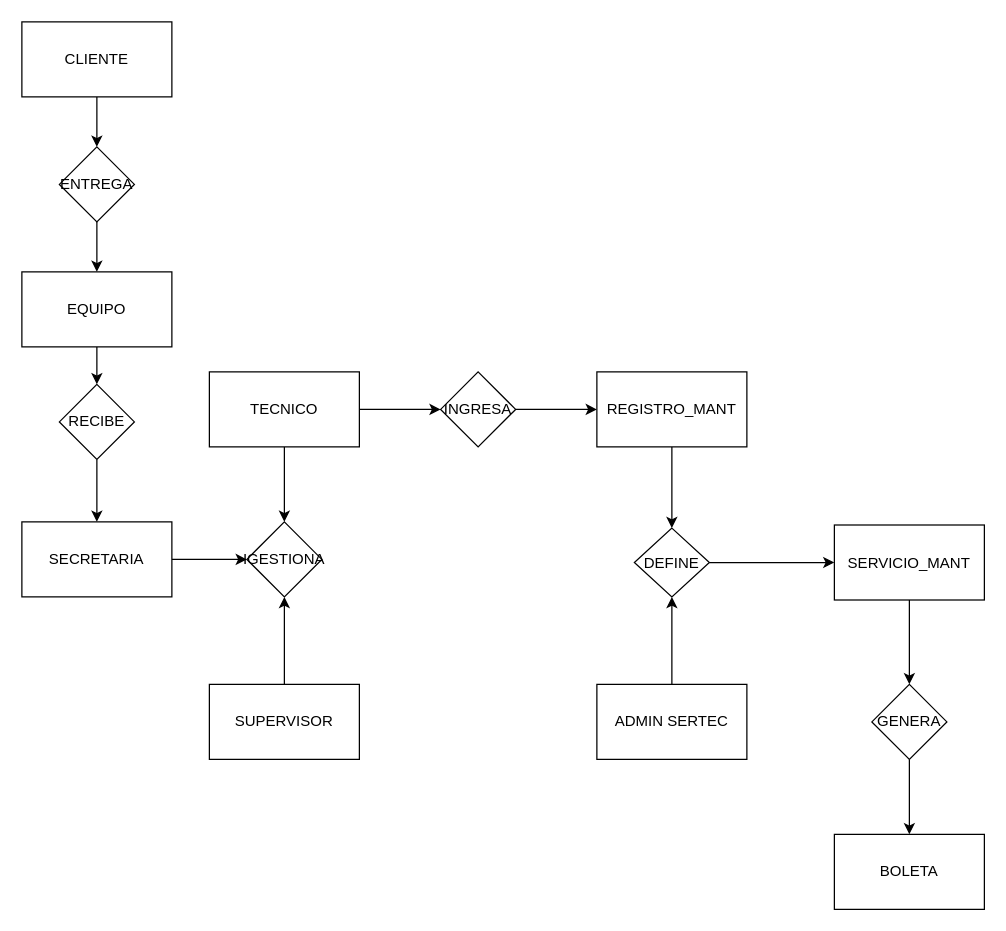
Above: EV4.drawio in cmdazh/BDX00 (draw.io), before the change. Source tidied: cells renumbered, new cells numbered last; positions are measured from the earlier drawing's top-left corner, leaving out a move shared by most shapes. Both pictures are drawn from the tidied source at 125%, with x=0, y=0 at pixel (21, 21).
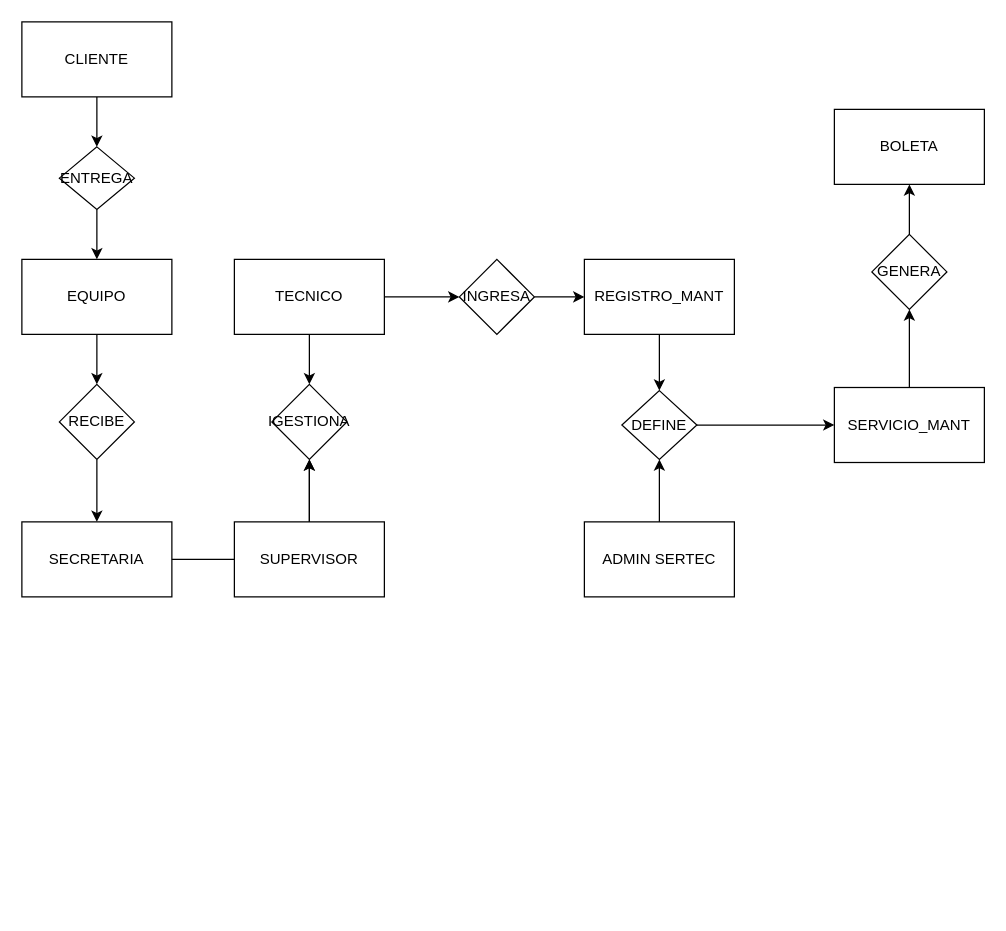
Above is the later version.

Unchanged cells that the change refers to:
```xml
<mxCell id="7" value="SECRETARIA" style="rounded=0;whiteSpace=wrap;html=1;" parent="1" vertex="1">
  <mxGeometry y="400" width="120" height="60" as="geometry" />
</mxCell>
```

Diff of the diagram source:
```diff
@@
     <mxCell id="5" value="EQUIPO" style="rounded=0;whiteSpace=wrap;html=1;" parent="1" vertex="1">
-      <mxGeometry y="200" width="120" height="60" as="geometry" />
+      <mxGeometry y="190" width="120" height="60" as="geometry" />
     </mxCell>
-    <mxCell id="6" style="edgeStyle=orthogonalEdgeStyle;rounded=0;jettySize=auto;html=1;" parent="1" edge="1" source="7" target="24">
+    <mxCell id="6" style="edgeStyle=orthogonalEdgeStyle;rounded=0;jettySize=auto;html=1;startArrow=none;" parent="1" edge="1" source="12" target="24">
       <mxGeometry relative="1" as="geometry" />
     </mxCell>
@@
     <mxCell id="10" value="TECNICO" style="rounded=0;whiteSpace=wrap;html=1;" parent="1" vertex="1">
-      <mxGeometry x="150" y="280" width="120" height="60" as="geometry" />
+      <mxGeometry x="170" y="190" width="120" height="60" as="geometry" />
     </mxCell>
@@
-    <mxCell id="12" value="SUPERVISOR" style="rounded=0;whiteSpace=wrap;html=1;" parent="1" vertex="1">
-      <mxGeometry x="150" y="530" width="120" height="60" as="geometry" />
-    </mxCell>
     <mxCell id="13" value="BOLETA" style="rounded=0;whiteSpace=wrap;html=1;" parent="1" vertex="1">
-      <mxGeometry x="650" y="650" width="120" height="60" as="geometry" />
+      <mxGeometry x="650" y="70" width="120" height="60" as="geometry" />
     </mxCell>
@@
     <mxCell id="15" value="SERVICIO_MANT" style="rounded=0;whiteSpace=wrap;html=1;" parent="1" vertex="1">
-      <mxGeometry x="650" y="402.5" width="120" height="60" as="geometry" />
+      <mxGeometry x="650" y="292.5" width="120" height="60" as="geometry" />
     </mxCell>
@@
     <mxCell id="17" value="REGISTRO_MANT" style="rounded=0;whiteSpace=wrap;html=1;" parent="1" vertex="1">
-      <mxGeometry x="460" y="280" width="120" height="60" as="geometry" />
+      <mxGeometry x="450" y="190" width="120" height="60" as="geometry" />
     </mxCell>
@@
     <mxCell id="19" value="ENTREGA" style="rhombus;whiteSpace=wrap;html=1;" parent="1" vertex="1">
-      <mxGeometry x="30" y="100" width="60" height="60" as="geometry" />
+      <mxGeometry x="30" y="100" width="60" height="50" as="geometry" />
     </mxCell>
@@
     <mxCell id="23" value="ADMIN SERTEC" style="rounded=0;whiteSpace=wrap;html=1;" parent="1" vertex="1">
-      <mxGeometry x="460" y="530" width="120" height="60" as="geometry" />
+      <mxGeometry x="450" y="400" width="120" height="60" as="geometry" />
     </mxCell>
     <mxCell id="24" value="IGESTIONA" style="rhombus;whiteSpace=wrap;html=1;" parent="1" vertex="1">
-      <mxGeometry x="180" y="400" width="60" height="60" as="geometry" />
+      <mxGeometry x="200" y="290" width="60" height="60" as="geometry" />
     </mxCell>
@@
     <mxCell id="26" value="DEFINE" style="rhombus;whiteSpace=wrap;html=1;" parent="1" vertex="1">
-      <mxGeometry x="490" y="405" width="60" height="55" as="geometry" />
+      <mxGeometry x="480" y="295" width="60" height="55" as="geometry" />
     </mxCell>
@@
     <mxCell id="28" value="INGRESA" style="rhombus;whiteSpace=wrap;html=1;" parent="1" vertex="1">
-      <mxGeometry x="335" y="280" width="60" height="60" as="geometry" />
+      <mxGeometry x="350" y="190" width="60" height="60" as="geometry" />
     </mxCell>
@@
     <mxCell id="30" value="GENERA" style="rhombus;whiteSpace=wrap;html=1;" parent="1" vertex="1">
-      <mxGeometry x="680" y="530" width="60" height="60" as="geometry" />
+      <mxGeometry x="680" y="170" width="60" height="60" as="geometry" />
     </mxCell>
+    <mxCell id="12" value="SUPERVISOR" style="rounded=0;whiteSpace=wrap;html=1;" parent="1" vertex="1">
+      <mxGeometry x="170" y="400" width="120" height="60" as="geometry" />
+    </mxCell>
+    <mxCell id="31" style="edgeStyle=orthogonalEdgeStyle;rounded=0;jettySize=auto;html=1;endArrow=none;" parent="1" edge="1" source="7" target="12">
+      <mxGeometry relative="1" as="geometry" />
+    </mxCell>
```
